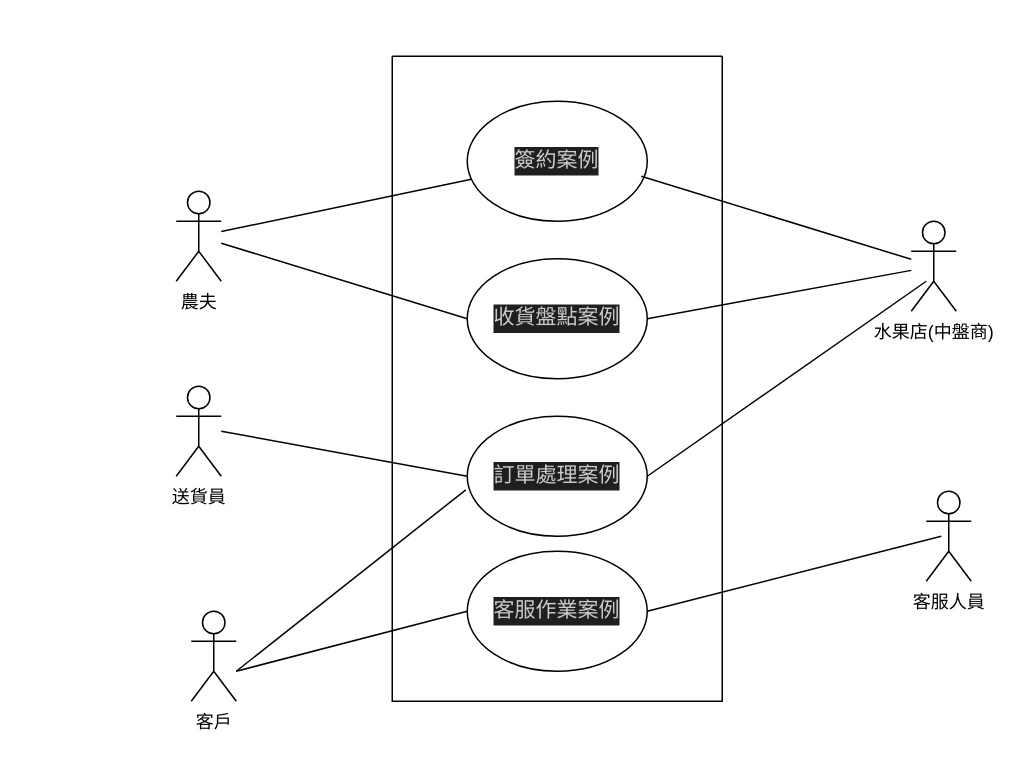
Before: a.drawio in Dolaaaaaaaa/Teamproject, a draw.io diagram. Source tidied: cells renumbered, new cells numbered last; positions are measured from the earlier drawing's top-left corner, leaving out a move shared by most shapes. Both pictures are drawn from the tidied source at 150%, with x=0, y=0 at pixel (176, 56).
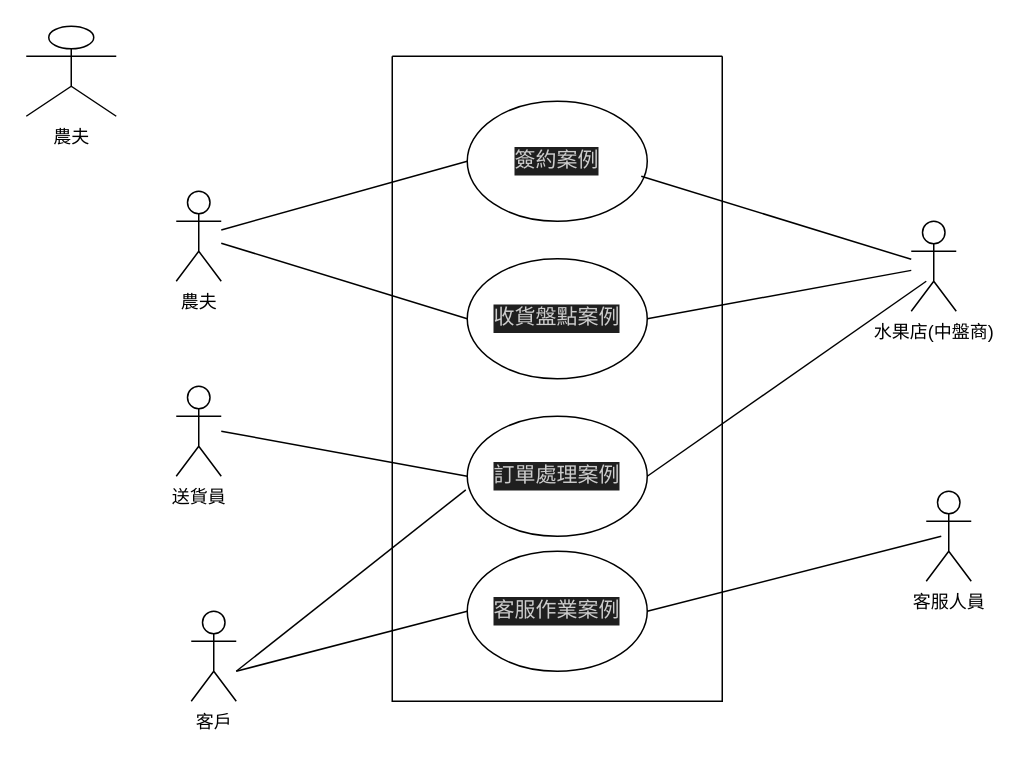
Above is the later version.

The change refers to these unchanged cells:
```xml
<mxCell id="3" value="&lt;div style=&quot;color: rgb(204, 204, 204); background-color: rgb(31, 31, 31); font-family: Consolas, &amp;quot;Courier New&amp;quot;, monospace; font-size: 14px; line-height: 19px;&quot;&gt;簽約案例&lt;/div&gt;" style="ellipse;whiteSpace=wrap;html=1;" parent="2" vertex="1">
  <mxGeometry x="50" y="30" width="120" height="80" as="geometry" />
</mxCell>
<mxCell id="8" value="農夫" style="shape=umlActor;verticalLabelPosition=bottom;verticalAlign=top;html=1;outlineConnect=0;" parent="1" vertex="1">
  <mxGeometry y="90" width="30" height="60" as="geometry" />
</mxCell>
```

Change to the diagram source:
```diff
@@
-    <mxCell id="10" style="endArrow=none;html=1;" parent="1" edge="1" source="8" target="3">
+    <mxCell id="10" style="endArrow=none;html=1;entryX=0;entryY=0.5;entryDx=0;entryDy=0;" parent="1" edge="1" source="8" target="3">
       <mxGeometry relative="1" as="geometry" />
     </mxCell>
@@
+    <mxCell id="21" value="農夫" style="shape=umlActor;verticalLabelPosition=bottom;verticalAlign=top;html=1;" parent="1" vertex="1">
+      <mxGeometry x="-100" y="-20" width="60" height="60" as="geometry" />
+    </mxCell>
```
